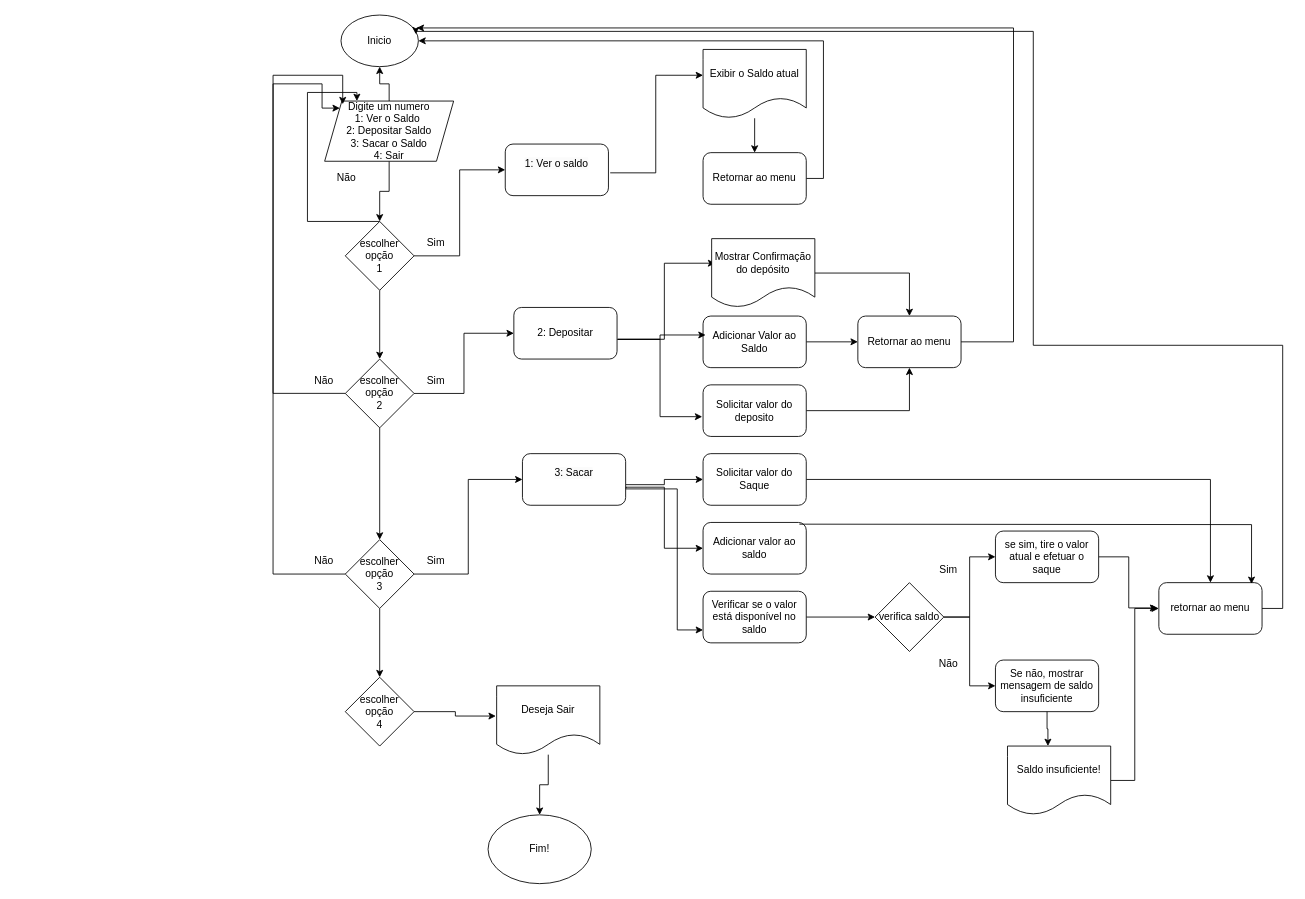
This is Diagrama sem nome.drawio from Luanhp0/Projeto_Formulario, a draw.io file, before an edit. Source tidied: cells renumbered, new cells numbered last; positions are measured from the earlier drawing's top-left corner, leaving out a move shared by most shapes. Both pictures are drawn from the tidied source at 86%, with x=0, y=0 at pixel (273, 15).
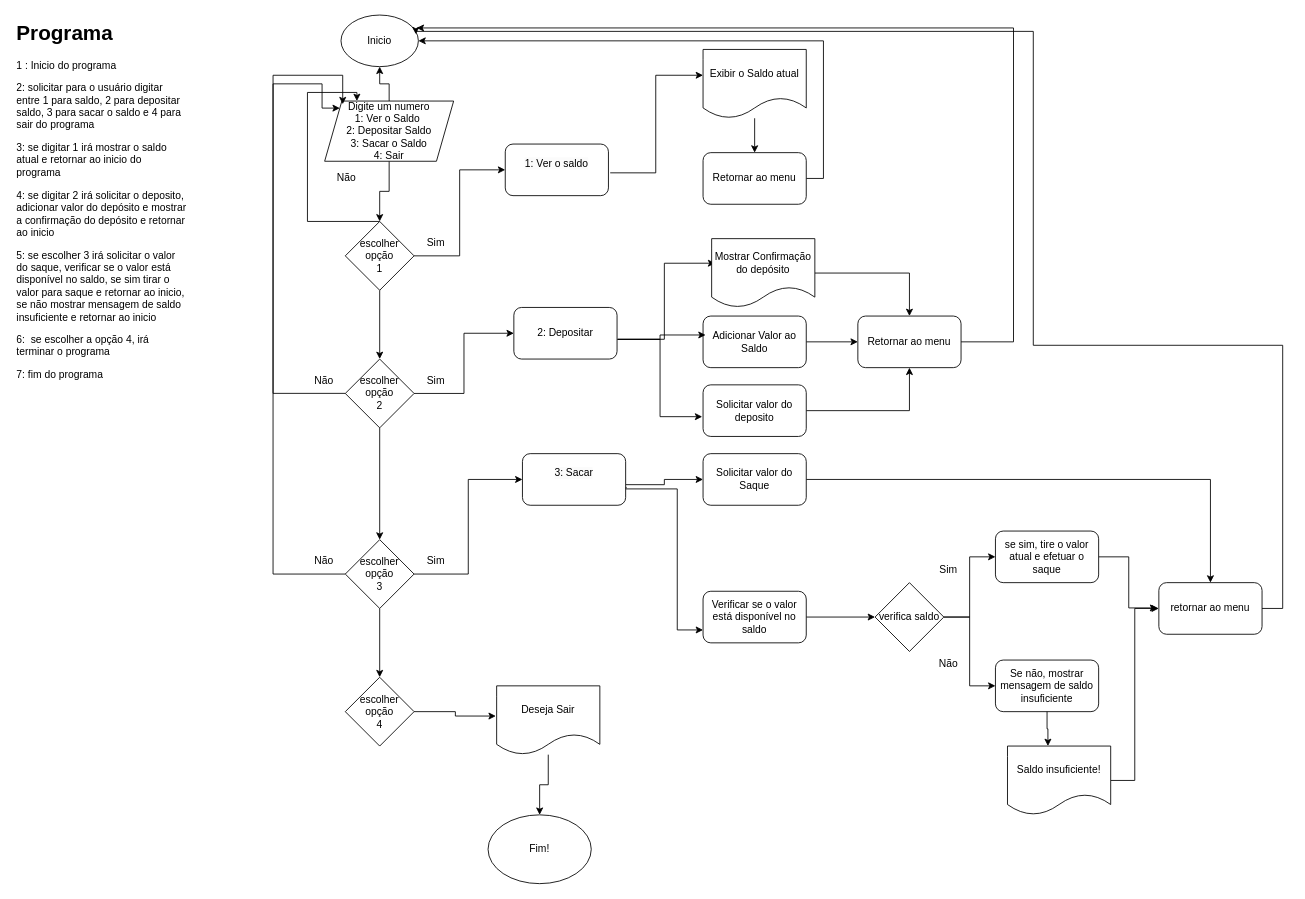
After the change.

Commit message:
Adicionando texto de apoio

The change refers to these unchanged cells:
```xml
<mxCell id="44" value="retornar ao menu" style="rounded=1;whiteSpace=wrap;html=1;" parent="1" vertex="1">
  <mxGeometry x="1030" y="660" width="120" height="60" as="geometry" />
</mxCell>
<mxCell id="59" value="&#10;&lt;span style=&quot;color: rgb(0, 0, 0); font-family: Helvetica; font-size: 12px; font-style: normal; font-variant-ligatures: normal; font-variant-caps: normal; font-weight: 400; letter-spacing: normal; orphans: 2; text-align: center; text-indent: 0px; text-transform: none; widows: 2; word-spacing: 0px; -webkit-text-stroke-width: 0px; white-space: normal; background-color: rgb(251, 251, 251); text-decoration-thickness: initial; text-decoration-style: initial; text-decoration-color: initial; display: inline !important; float: none;&quot;&gt;3: Sacar&lt;/span&gt;&#10;&#10;" style="rounded=1;whiteSpace=wrap;html=1;" parent="1" vertex="1">
  <mxGeometry x="290" y="510" width="120" height="60" as="geometry" />
</mxCell>
```

Change to the diagram source:
```diff
@@
-    <mxCell id="20" style="edgeStyle=orthogonalEdgeStyle;rounded=0;jettySize=auto;html=1;entryX=0;entryY=0.5;entryDx=0;entryDy=0;exitX=0.997;exitY=0.65;exitDx=0;exitDy=0;exitPerimeter=0;" parent="1" edge="1" source="59" target="35">
-      <mxGeometry relative="1" as="geometry" />
-    </mxCell>
@@
-    <mxCell id="35" value="Adicionar valor ao saldo" style="rounded=1;whiteSpace=wrap;html=1;" parent="1" vertex="1">
-      <mxGeometry x="500" y="590" width="120" height="60" as="geometry" />
-    </mxCell>
@@
-    <mxCell id="56" style="edgeStyle=orthogonalEdgeStyle;rounded=0;jettySize=auto;html=1;entryX=0.898;entryY=0.025;entryDx=0;entryDy=0;entryPerimeter=0;" parent="1" edge="1" target="44">
-      <mxGeometry relative="1" as="geometry">
-        <mxPoint x="612" y="592" as="sourcePoint" />
-      </mxGeometry>
-    </mxCell>
@@
+    <mxCell id="70" value="&lt;h1 style=&quot;margin-top: 0px;&quot;&gt;Programa&lt;/h1&gt;&lt;p&gt;1 : Inicio do programa&lt;/p&gt;&lt;p&gt;2: solicitar para o usuário digitar entre 1 para saldo, 2 para depositar saldo, 3 para sacar o saldo e 4 para sair do programa&lt;/p&gt;&lt;p&gt;3: se digitar 1 irá mostrar o saldo atual e retornar ao inicio do programa&lt;/p&gt;&lt;p&gt;4: se digitar 2 irá solicitar o deposito, adicionar valor do depósito e mostrar a confirmação do depósito e retornar ao inicio&lt;/p&gt;&lt;p&gt;5: se escolher 3 irá solicitar o valor do saque, verificar se o valor está disponível no saldo, se sim tirar o valor para saque e retornar ao inicio, se não mostrar mensagem de saldo insuficiente e retornar ao inicio&lt;/p&gt;&lt;p&gt;6:&amp;nbsp; se escolher a opção 4, irá terminar o programa&amp;nbsp;&lt;/p&gt;&lt;p&gt;7: fim do programa&lt;/p&gt;" style="text;html=1;whiteSpace=wrap;overflow=hidden;rounded=0;" parent="1" vertex="1">
+      <mxGeometry x="-300" width="200" height="720" as="geometry" />
+    </mxCell>
```
